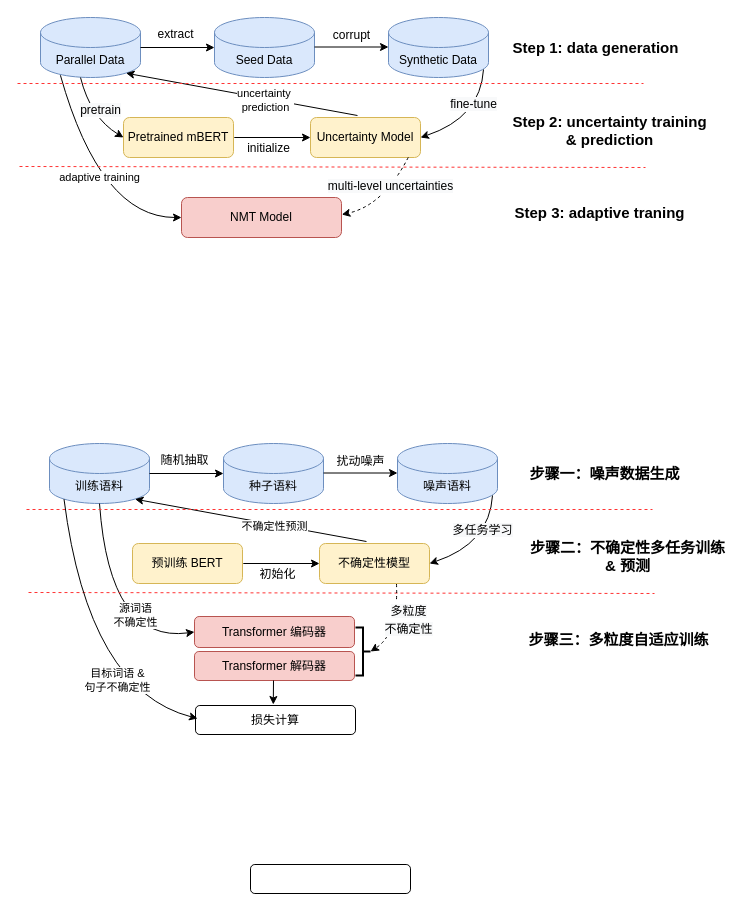
Earlier version of the draw.io diagram uncertaintyNMT.drawio (lizezhonglaile/drawio). Source tidied: cells renumbered, new cells numbered last; positions are measured from the earlier drawing's top-left corner, leaving out a move shared by most shapes. Both pictures are drawn from the tidied source at 100%, with x=0, y=0 at pixel (17, 17).
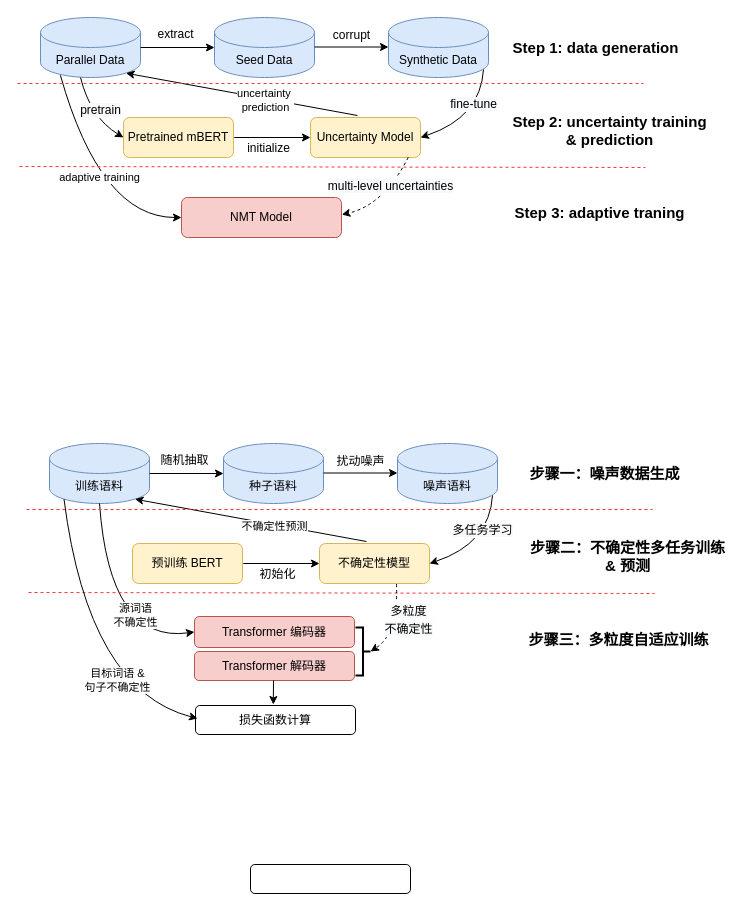
The same page after the edit.

The edit, as a diff of the source:
```diff
@@
-    <mxCell id="56" value="损失计算" style="rounded=1;whiteSpace=wrap;html=1;" parent="1" vertex="1">
+    <mxCell id="56" value="损失函数计算" style="rounded=1;whiteSpace=wrap;html=1;" parent="1" vertex="1">
       <mxGeometry x="178" y="688" width="160" height="29" as="geometry" />
     </mxCell>
```
